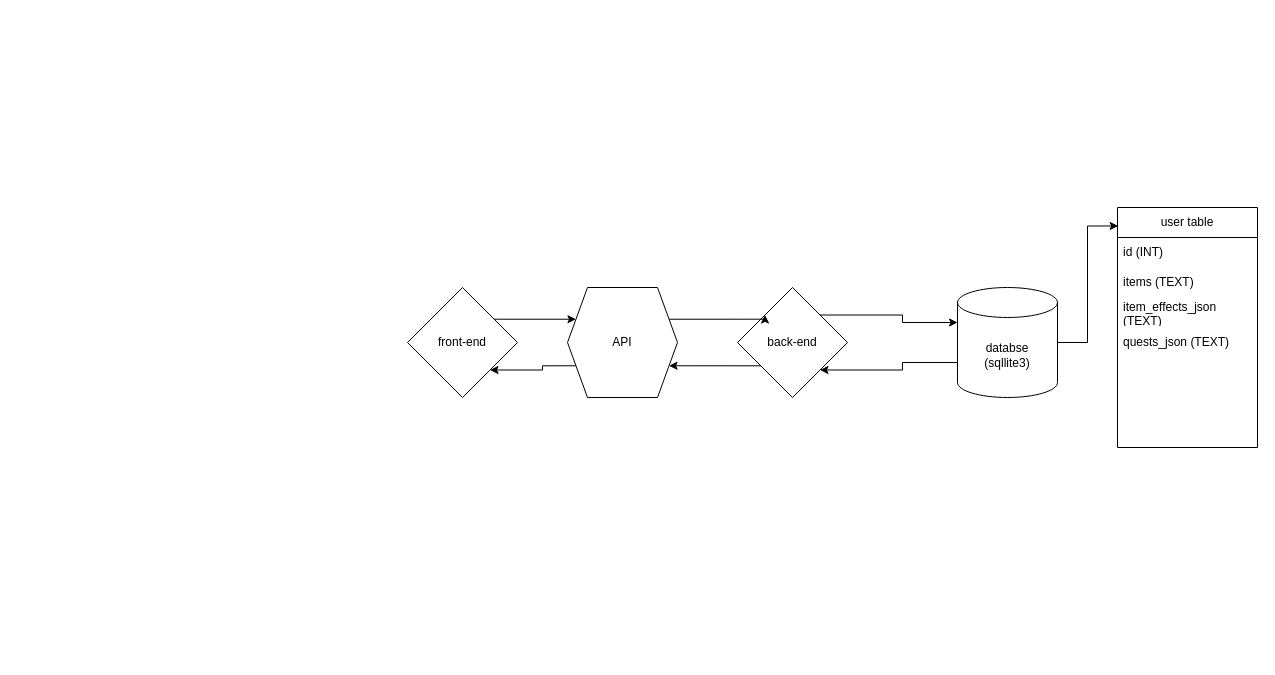
Above: school-project-fox-adventures.drawio in TJ1the0fficial/fox-adventures (draw.io), before the change. Source tidied: cells renumbered, new cells numbered last; positions are measured from the earlier drawing's top-left corner, leaving out a move shared by most shapes. Both pictures are drawn from the tidied source at 100%, with x=0, y=0 at pixel (407, 207).
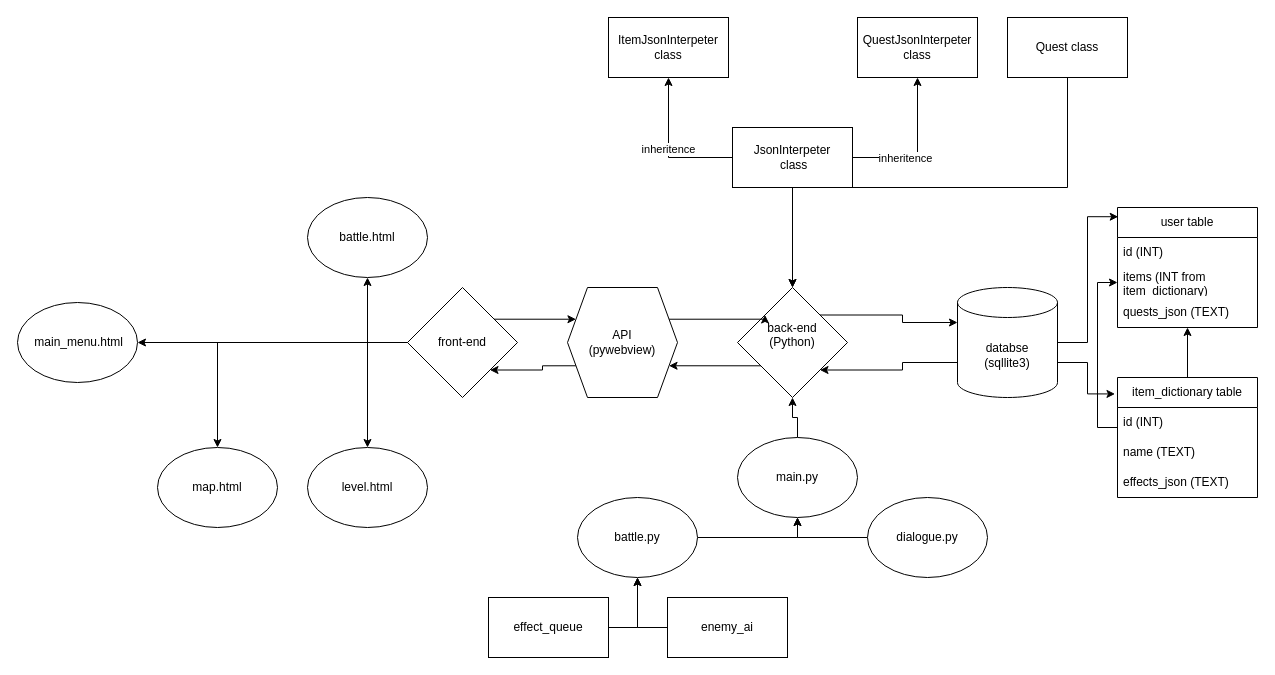
The same diagram, later.

The change refers to these unchanged cells:
```xml
<mxCell id="3" value="front-end" style="rhombus;whiteSpace=wrap;html=1;shapeInside=1;" parent="1" vertex="1">
  <mxGeometry y="80" width="110" height="110" as="geometry" />
</mxCell>
<mxCell id="10" value="databse&lt;br&gt;(sqllite3)" style="shape=cylinder3;whiteSpace=wrap;html=1;boundedLbl=1;backgroundOutline=1;size=15;" parent="1" vertex="1">
  <mxGeometry x="550" y="80" width="100" height="110" as="geometry" />
</mxCell>
```

Diff of the diagram source:
```diff
@@
-<mxGraphModel>
+<mxGraphModel background="light-dark(#ffffff, #121212)">
@@
+    <mxCell id="21" style="edgeStyle=orthogonalEdgeStyle;rounded=0;jettySize=auto;html=1;exitX=0;exitY=0.5;exitDx=0;exitDy=0;entryX=0.5;entryY=1;entryDx=0;entryDy=0;defaultLabelBackgroundColor=page;labelPadding=0 4;" parent="1" edge="1" source="3" target="54">
+      <mxGeometry relative="1" as="geometry" />
+    </mxCell>
+    <mxCell id="22" style="edgeStyle=orthogonalEdgeStyle;rounded=0;jettySize=auto;html=1;exitX=0;exitY=0.5;exitDx=0;exitDy=0;defaultLabelBackgroundColor=page;labelPadding=0 4;" parent="1" edge="1" source="3" target="51">
+      <mxGeometry relative="1" as="geometry" />
+    </mxCell>
+    <mxCell id="23" style="edgeStyle=orthogonalEdgeStyle;rounded=0;jettySize=auto;html=1;exitX=0;exitY=0.5;exitDx=0;exitDy=0;defaultLabelBackgroundColor=page;labelPadding=0 4;" parent="1" edge="1" source="3" target="53">
+      <mxGeometry relative="1" as="geometry" />
+    </mxCell>
+    <mxCell id="24" style="edgeStyle=orthogonalEdgeStyle;rounded=0;jettySize=auto;html=1;exitX=0;exitY=0.5;exitDx=0;exitDy=0;entryX=0.5;entryY=0;entryDx=0;entryDy=0;defaultLabelBackgroundColor=page;labelPadding=0 4;" parent="1" edge="1" source="3" target="52">
+      <mxGeometry relative="1" as="geometry" />
+    </mxCell>
@@
-    <mxCell id="5" value="back-end" style="rhombus;whiteSpace=wrap;html=1;shapeInside=1;" parent="1" vertex="1">
+    <mxCell id="5" value="back-end&lt;br&gt;(Python)&lt;div&gt;&lt;br&gt;&lt;/div&gt;" style="rhombus;whiteSpace=wrap;html=1;shapeInside=1;" parent="1" vertex="1">
       <mxGeometry x="330" y="80" width="110" height="110" as="geometry" />
     </mxCell>
@@
-    <mxCell id="8" value="API" style="shape=hexagon;perimeter=hexagonPerimeter2;whiteSpace=wrap;html=1;shapeInside=1;fixedSize=1;" parent="1" vertex="1">
+    <mxCell id="8" value="&lt;br&gt;API&lt;br&gt;(pywebview)&lt;div&gt;&lt;br/&gt;&lt;/div&gt;" style="shape=hexagon;perimeter=hexagonPerimeter2;whiteSpace=wrap;html=1;shapeInside=1;fixedSize=1;" parent="1" vertex="1">
       <mxGeometry x="160" y="80" width="110" height="110" as="geometry" />
     </mxCell>
@@
     <mxCell id="12" value="user table" style="swimlane;fontStyle=0;horizontal=1;startSize=30;whiteSpace=wrap;html=1;" parent="1" vertex="1">
-      <mxGeometry x="710" width="140" height="240" as="geometry" />
+      <mxGeometry x="710" width="140" height="120" as="geometry" />
     </mxCell>
@@
-    <mxCell id="14" value="items (TEXT)" style="text;strokeColor=none;fillColor=none;align=left;verticalAlign=middle;spacingLeft=4;spacingRight=4;overflow=hidden;points=[[0,0.5],[1,0.5]];portConstraint=eastwest;whiteSpace=wrap;html=1;" parent="12" vertex="1">
+    <mxCell id="14" value="items (INT from item_dictionary)" style="text;strokeColor=none;fillColor=none;align=left;verticalAlign=middle;spacingLeft=4;spacingRight=4;overflow=hidden;points=[[0,0.5],[1,0.5]];portConstraint=eastwest;whiteSpace=wrap;html=1;" parent="12" vertex="1">
       <mxGeometry y="60" width="140" height="30" as="geometry" />
     </mxCell>
-    <mxCell id="15" value="item_effects_json (TEXT)" style="text;strokeColor=none;fillColor=none;align=left;verticalAlign=middle;spacingLeft=4;spacingRight=4;overflow=hidden;whiteSpace=wrap;html=1;" parent="12" vertex="1">
-      <mxGeometry y="90" width="140" height="30" as="geometry" />
-    </mxCell>
     <mxCell id="16" value="quests_json (TEXT)" style="text;strokeColor=none;fillColor=none;align=left;verticalAlign=middle;spacingLeft=4;spacingRight=4;overflow=hidden;whiteSpace=wrap;html=1;" parent="12" vertex="1">
-      <mxGeometry y="120" width="140" height="30" as="geometry" />
+      <mxGeometry y="90" width="140" height="30" as="geometry" />
     </mxCell>
-    <mxCell id="17" style="text;strokeColor=none;fillColor=none;align=left;verticalAlign=middle;spacingLeft=4;spacingRight=4;overflow=hidden;whiteSpace=wrap;html=1;" parent="12" vertex="1">
-      <mxGeometry y="150" width="140" height="30" as="geometry" />
-    </mxCell>
-    <mxCell id="18" style="text;strokeColor=none;fillColor=none;align=left;verticalAlign=middle;spacingLeft=4;spacingRight=4;overflow=hidden;whiteSpace=wrap;html=1;" parent="12" vertex="1">
-      <mxGeometry y="180" width="140" height="30" as="geometry" />
-    </mxCell>
-    <mxCell id="19" style="text;strokeColor=none;fillColor=none;align=left;verticalAlign=middle;spacingLeft=4;spacingRight=4;overflow=hidden;whiteSpace=wrap;html=1;" parent="12" vertex="1">
-      <mxGeometry y="210" width="140" height="30" as="geometry" />
-    </mxCell>
@@
+    <mxCell id="25" style="edgeStyle=orthogonalEdgeStyle;rounded=0;jettySize=auto;html=1;exitX=0;exitY=0.25;exitDx=0;exitDy=0;defaultLabelBackgroundColor=page;labelPadding=0 4;entryX=0;entryY=0.5;entryDx=0;entryDy=0;" parent="1" edge="1" source="27" target="14">
+      <mxGeometry x="0.02" relative="1" as="geometry">
+        <Array as="points">
+          <mxPoint x="710" y="220" />
+          <mxPoint x="690" y="220" />
+          <mxPoint x="690" y="75" />
+        </Array>
+      </mxGeometry>
+    </mxCell>
+    <mxCell id="26" style="edgeStyle=orthogonalEdgeStyle;rounded=0;jettySize=auto;html=1;exitX=0.5;exitY=0;exitDx=0;exitDy=0;defaultLabelBackgroundColor=page;labelPadding=0 4;" parent="1" edge="1" source="27" target="12">
+      <mxGeometry relative="1" as="geometry" />
+    </mxCell>
+    <mxCell id="27" value="item_dictionary table" style="swimlane;fontStyle=0;horizontal=1;startSize=30;whiteSpace=wrap;html=1;" parent="1" vertex="1">
+      <mxGeometry x="710" y="170" width="140" height="120" as="geometry" />
+    </mxCell>
+    <mxCell id="28" value="&lt;div&gt;id (INT)&lt;/div&gt;" style="text;strokeColor=none;fillColor=none;align=left;verticalAlign=middle;spacingLeft=4;spacingRight=4;overflow=hidden;whiteSpace=wrap;html=1;" parent="27" vertex="1">
+      <mxGeometry y="30" width="140" height="30" as="geometry" />
+    </mxCell>
+    <mxCell id="29" value="name (TEXT)" style="text;strokeColor=none;fillColor=none;align=left;verticalAlign=middle;spacingLeft=4;spacingRight=4;overflow=hidden;whiteSpace=wrap;html=1;" parent="27" vertex="1">
+      <mxGeometry y="60" width="140" height="30" as="geometry" />
+    </mxCell>
+    <mxCell id="30" value="effects_json (TEXT)" style="text;strokeColor=none;fillColor=none;align=left;verticalAlign=middle;spacingLeft=4;spacingRight=4;overflow=hidden;whiteSpace=wrap;html=1;" parent="27" vertex="1">
+      <mxGeometry y="90" width="140" height="30" as="geometry" />
+    </mxCell>
+    <mxCell id="31" style="edgeStyle=orthogonalEdgeStyle;rounded=0;jettySize=auto;html=1;exitX=1;exitY=0.75;exitDx=0;exitDy=-7.5;exitPerimeter=0;entryX=-0.018;entryY=0.137;entryDx=0;entryDy=0;entryPerimeter=0;defaultLabelBackgroundColor=page;labelPadding=0 4;" parent="1" edge="1" source="10" target="27">
+      <mxGeometry relative="1" as="geometry" />
+    </mxCell>
+    <mxCell id="32" style="edgeStyle=orthogonalEdgeStyle;rounded=0;jettySize=auto;html=1;exitX=0.5;exitY=1;exitDx=0;exitDy=0;entryX=0.5;entryY=0;entryDx=0;entryDy=0;defaultLabelBackgroundColor=page;labelPadding=0 4;" parent="1" edge="1" source="36" target="5">
+      <mxGeometry relative="1" as="geometry" />
+    </mxCell>
+    <mxCell id="33" value="inheritence" style="edgeStyle=orthogonalEdgeStyle;rounded=0;jettySize=auto;html=1;exitX=0;exitY=0.5;exitDx=0;exitDy=0;defaultLabelBackgroundColor=page;labelPadding=0 4;" parent="1" edge="1" source="36" target="37">
+      <mxGeometry relative="1" as="geometry" />
+    </mxCell>
+    <mxCell id="34" style="edgeStyle=orthogonalEdgeStyle;rounded=0;jettySize=auto;html=1;exitX=1;exitY=0.5;exitDx=0;exitDy=0;defaultLabelBackgroundColor=page;labelPadding=0 4;" parent="1" edge="1" source="36" target="38">
+      <mxGeometry relative="1" as="geometry" />
+    </mxCell>
+    <mxCell id="35" value="inheritence" style="edgeLabel;html=1;align=center;verticalAlign=middle;inheritText=1;defaultLabelBackgroundColor=page;labelPadding=0 4;" parent="34" vertex="1">
+      <mxGeometry x="-0.28" relative="1" as="geometry" />
+    </mxCell>
+    <mxCell id="36" value="&lt;div&gt;JsonInterpeter&lt;/div&gt;&lt;div&gt;&amp;nbsp;class&lt;/div&gt;" style="rounded=0;whiteSpace=wrap;html=1;" parent="1" vertex="1">
+      <mxGeometry x="325" y="-80" width="120" height="60" as="geometry" />
+    </mxCell>
+    <mxCell id="37" value="&lt;div&gt;ItemJsonInterpeter&lt;/div&gt;class" style="rounded=0;whiteSpace=wrap;html=1;" parent="1" vertex="1">
+      <mxGeometry x="201" y="-190" width="120" height="60" as="geometry" />
+    </mxCell>
+    <mxCell id="38" value="QuestJsonInterpeter&lt;br&gt;class" style="rounded=0;whiteSpace=wrap;html=1;" parent="1" vertex="1">
+      <mxGeometry x="450" y="-190" width="120" height="60" as="geometry" />
+    </mxCell>
+    <mxCell id="39" style="edgeStyle=orthogonalEdgeStyle;rounded=0;jettySize=auto;html=1;exitX=0.5;exitY=1;exitDx=0;exitDy=0;defaultLabelBackgroundColor=page;labelPadding=0 4;" parent="1" edge="1" source="40" target="5">
+      <mxGeometry relative="1" as="geometry">
+        <Array as="points">
+          <mxPoint x="660" y="-20" />
+          <mxPoint x="385" y="-20" />
+        </Array>
+      </mxGeometry>
+    </mxCell>
+    <mxCell id="40" value="Quest class" style="rounded=0;whiteSpace=wrap;html=1;" parent="1" vertex="1">
+      <mxGeometry x="600" y="-190" width="120" height="60" as="geometry" />
+    </mxCell>
+    <mxCell id="41" style="edgeStyle=orthogonalEdgeStyle;rounded=0;jettySize=auto;html=1;exitX=0.5;exitY=0;exitDx=0;exitDy=0;entryX=0.5;entryY=1;entryDx=0;entryDy=0;defaultLabelBackgroundColor=page;labelPadding=0 4;" parent="1" edge="1" source="42" target="5">
+      <mxGeometry relative="1" as="geometry" />
+    </mxCell>
+    <mxCell id="42" value="main.py" style="ellipse;whiteSpace=wrap;html=1;shapeInside=1;" parent="1" vertex="1">
+      <mxGeometry x="330" y="230" width="120" height="80" as="geometry" />
+    </mxCell>
+    <mxCell id="43" style="edgeStyle=orthogonalEdgeStyle;rounded=0;jettySize=auto;html=1;exitX=1;exitY=0.5;exitDx=0;exitDy=0;entryX=0.5;entryY=1;entryDx=0;entryDy=0;defaultLabelBackgroundColor=page;labelPadding=0 4;" parent="1" edge="1" source="44" target="42">
+      <mxGeometry relative="1" as="geometry" />
+    </mxCell>
+    <mxCell id="44" value="battle.py" style="ellipse;whiteSpace=wrap;html=1;shapeInside=1;" parent="1" vertex="1">
+      <mxGeometry x="170" y="290" width="120" height="80" as="geometry" />
+    </mxCell>
+    <mxCell id="45" style="edgeStyle=orthogonalEdgeStyle;rounded=0;jettySize=auto;html=1;exitX=0;exitY=0.5;exitDx=0;exitDy=0;entryX=0.5;entryY=1;entryDx=0;entryDy=0;defaultLabelBackgroundColor=page;labelPadding=0 4;" parent="1" edge="1" source="46" target="42">
+      <mxGeometry relative="1" as="geometry" />
+    </mxCell>
+    <mxCell id="46" value="dialogue.py" style="ellipse;whiteSpace=wrap;html=1;shapeInside=1;" parent="1" vertex="1">
+      <mxGeometry x="460" y="290" width="120" height="80" as="geometry" />
+    </mxCell>
+    <mxCell id="47" style="edgeStyle=orthogonalEdgeStyle;rounded=0;jettySize=auto;html=1;exitX=1;exitY=0.5;exitDx=0;exitDy=0;entryX=0.5;entryY=1;entryDx=0;entryDy=0;defaultLabelBackgroundColor=page;labelPadding=0 4;" parent="1" edge="1" source="48" target="44">
+      <mxGeometry relative="1" as="geometry" />
+    </mxCell>
+    <mxCell id="48" value="effect_queue" style="rounded=0;whiteSpace=wrap;html=1;" parent="1" vertex="1">
+      <mxGeometry x="81" y="390" width="120" height="60" as="geometry" />
+    </mxCell>
+    <mxCell id="49" style="edgeStyle=orthogonalEdgeStyle;rounded=0;jettySize=auto;html=1;exitX=0;exitY=0.5;exitDx=0;exitDy=0;entryX=0.5;entryY=1;entryDx=0;entryDy=0;defaultLabelBackgroundColor=page;labelPadding=0 4;" parent="1" edge="1" source="50" target="44">
+      <mxGeometry relative="1" as="geometry" />
+    </mxCell>
+    <mxCell id="50" value="enemy_ai" style="rounded=0;whiteSpace=wrap;html=1;" parent="1" vertex="1">
+      <mxGeometry x="260" y="390" width="120" height="60" as="geometry" />
+    </mxCell>
+    <mxCell id="51" value="&amp;nbsp;main_menu.html" style="ellipse;whiteSpace=wrap;html=1;shapeInside=1;" parent="1" vertex="1">
+      <mxGeometry x="-390" y="95" width="120" height="80" as="geometry" />
+    </mxCell>
+    <mxCell id="52" value="map.html" style="ellipse;whiteSpace=wrap;html=1;shapeInside=1;" parent="1" vertex="1">
+      <mxGeometry x="-250" y="240" width="120" height="80" as="geometry" />
+    </mxCell>
+    <mxCell id="53" value="level.html" style="ellipse;whiteSpace=wrap;html=1;shapeInside=1;" parent="1" vertex="1">
+      <mxGeometry x="-100" y="240" width="120" height="80" as="geometry" />
+    </mxCell>
+    <mxCell id="54" value="battle.html" style="ellipse;whiteSpace=wrap;html=1;shapeInside=1;" parent="1" vertex="1">
+      <mxGeometry x="-100" y="-10" width="120" height="80" as="geometry" />
+    </mxCell>
```
